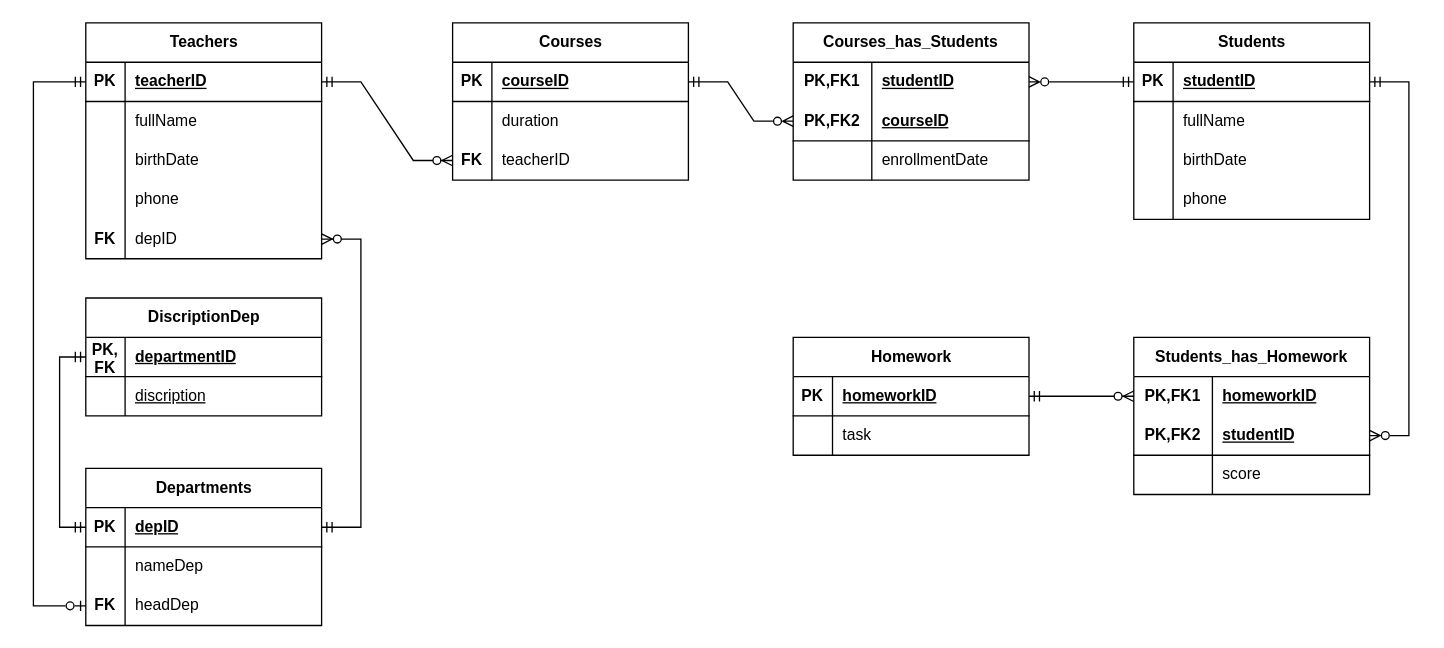
Pong2605/14-homework keeps this draw.io diagram as page "Задание 3" (3 of 3) of Диаграмма без названия.drawio. Above is the earlier version. Source tidied: cells renumbered, new cells numbered last; positions are measured from the earlier drawing's top-left corner, leaving out a move shared by most shapes. Both pictures are drawn from the tidied source at 131%, with x=0, y=0 at pixel (33, 22).
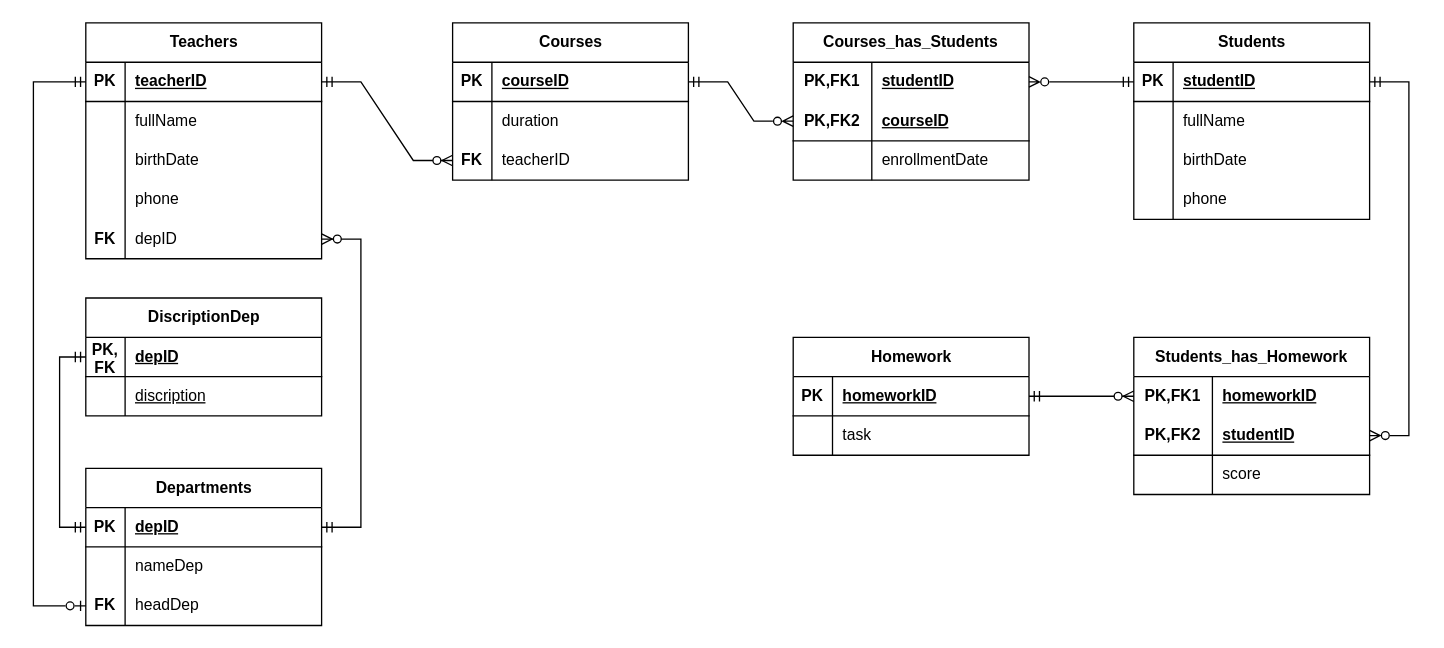
The same page after the edit.

The change refers to these unchanged cells:
```xml
<mxCell id="85" style="shape=tableRow;horizontal=0;startSize=0;swimlaneHead=0;swimlaneBody=0;fillColor=none;points=[[0,0.5],[1,0.5]];portConstraint=eastwest;top=0;left=0;right=0;bottom=1;" parent="84" vertex="1">
  <mxGeometry y="30" width="180" height="30" as="geometry" />
</mxCell>
```

The edit, as a diff of the source:
```diff
@@
-    <mxCell id="87" value="departmentID" style="shape=partialRectangle;fillColor=none;top=0;left=0;bottom=0;right=0;align=left;spacingLeft=6;fontStyle=5;overflow=hidden;whiteSpace=wrap;html=1;" parent="85" vertex="1">
+    <mxCell id="87" value="depID" style="shape=partialRectangle;fillColor=none;top=0;left=0;bottom=0;right=0;align=left;spacingLeft=6;fontStyle=5;overflow=hidden;whiteSpace=wrap;html=1;" parent="85" vertex="1">
       <mxGeometry x="30" width="150" height="30" as="geometry" />
     </mxCell>
```
